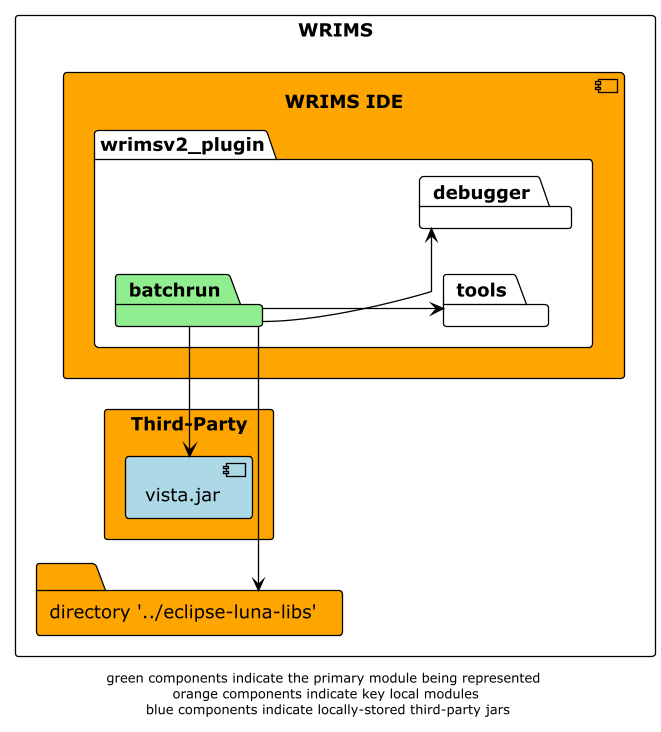
Above: docs/diagrams/wrims-modules/wrims-ide/wrims-ide_batchrun.png in CentralValleyModeling/wrims-gui (PlantUML), before the change.
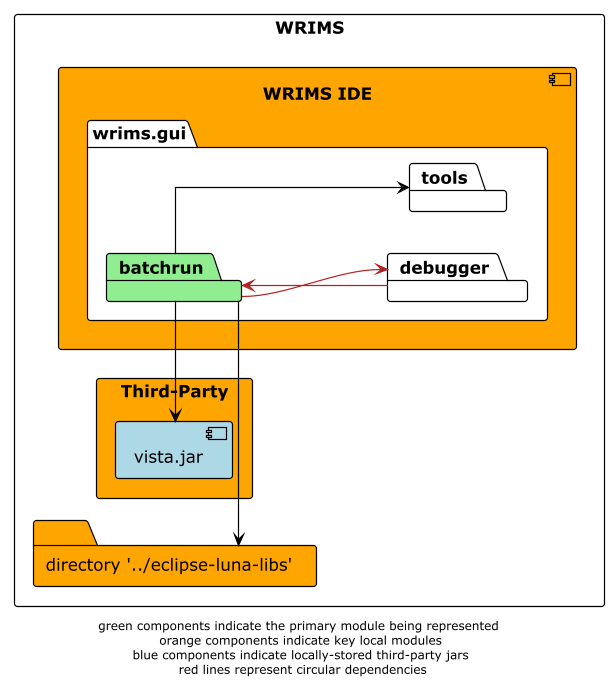
The same diagram one commit later.

Diff of the diagram source:
```diff
@@ -6,7 +6,7 @@
 
 rectangle WRIMS {
     component wrims-ide as "WRIMS IDE" #orange {
-        package wrimsv2_plugin {
+        package wrims.gui {
             package batchrun #lightgreen
             package tools
             package debugger
@@ -22,7 +22,9 @@
 batchrun -r-> luna_libs
 batchrun -l-> vista
 batchrun -down-> tools
-batchrun -down-> debugger
+batchrun -down-> debugger #firebrick
 
-footer "green components indicate the primary module being represented \n orange components indicate key local modules \n blue components indicate locally-stored third-party jars"
+debugger -> batchrun #firebrick
+
+footer "green components indicate the primary module being represented \n orange components indicate key local modules \n blue components indicate locally-stored third-party jars \n red lines represent circular dependencies"
 @enduml
```
